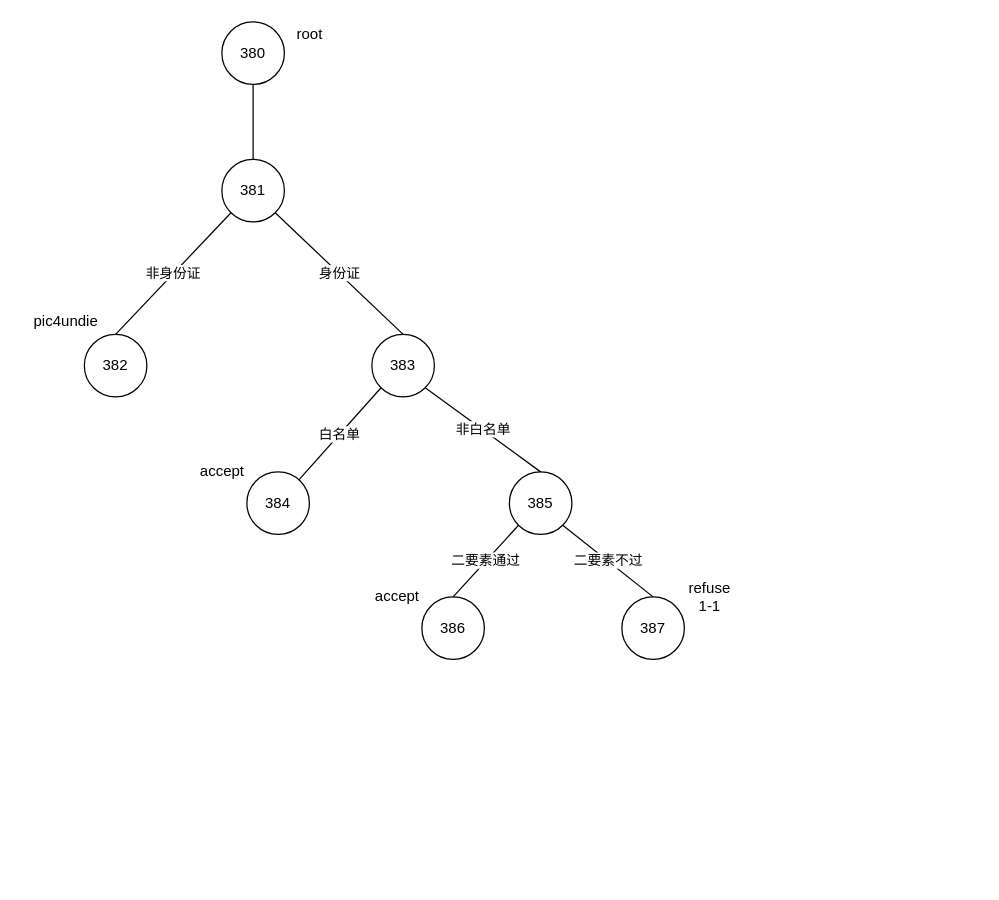
The draw.io diagram 受益人.drawio in North30/tupian, before the edit. Source tidied: cells renumbered, new cells numbered last; positions are measured from the earlier drawing's top-left corner, leaving out a move shared by most shapes. Both pictures are drawn from the tidied source at 125%, with x=0, y=0 at pixel (21, 21).
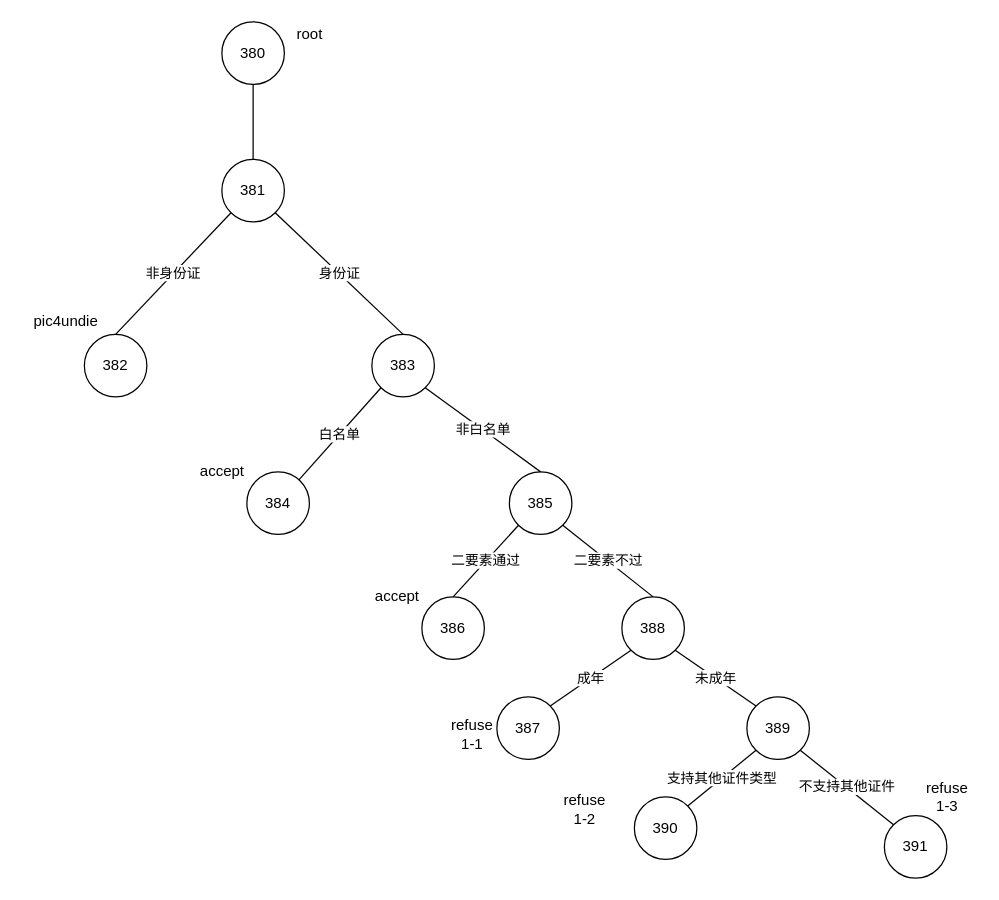
The same diagram, later.

Commit message:
更新受益人.drawio

What changed in the source:
```diff
@@
-    <mxCell id="16" value="387" style="ellipse;whiteSpace=wrap;html=1;" parent="1" vertex="1">
+    <mxCell id="16" value="388" style="ellipse;whiteSpace=wrap;html=1;" parent="1" vertex="1">
       <mxGeometry x="480" y="460" width="50" height="50" as="geometry" />
     </mxCell>
@@
+    <mxCell id="22" value="389" style="ellipse;whiteSpace=wrap;html=1;" parent="1" vertex="1">
+      <mxGeometry x="580" y="540" width="50" height="50" as="geometry" />
+    </mxCell>
+    <mxCell id="23" value="387" style="ellipse;whiteSpace=wrap;html=1;" parent="1" vertex="1">
+      <mxGeometry x="380" y="540" width="50" height="50" as="geometry" />
+    </mxCell>
+    <mxCell id="24" value="成年" style="endArrow=none;html=1;exitX=0;exitY=1;exitDx=0;exitDy=0;entryX=1;entryY=0;entryDx=0;entryDy=0;" parent="1" edge="1" source="16" target="23">
+      <mxGeometry relative="1" as="geometry" />
+    </mxCell>
+    <mxCell id="25" value="未成年" style="endArrow=none;html=1;entryX=1;entryY=1;entryDx=0;entryDy=0;exitX=0;exitY=0;exitDx=0;exitDy=0;" parent="1" edge="1" source="22" target="16">
+      <mxGeometry relative="1" as="geometry" />
+    </mxCell>
     <mxCell id="21" value="refuse&lt;br&gt;1-1" style="text;html=1;align=center;verticalAlign=middle;" parent="1" vertex="1">
-      <mxGeometry x="525" y="445" width="50" height="30" as="geometry" />
+      <mxGeometry x="335" y="555" width="50" height="30" as="geometry" />
     </mxCell>
+    <mxCell id="26" value="391" style="ellipse;whiteSpace=wrap;html=1;" parent="1" vertex="1">
+      <mxGeometry x="690" y="635" width="50" height="50" as="geometry" />
+    </mxCell>
+    <mxCell id="27" value="390" style="ellipse;whiteSpace=wrap;html=1;" parent="1" vertex="1">
+      <mxGeometry x="490" y="620" width="50" height="50" as="geometry" />
+    </mxCell>
+    <mxCell id="28" value="支持其他证件类型" style="endArrow=none;html=1;entryX=0;entryY=1;entryDx=0;entryDy=0;exitX=1;exitY=0;exitDx=0;exitDy=0;" parent="1" edge="1" source="27" target="22">
+      <mxGeometry relative="1" as="geometry" />
+    </mxCell>
+    <mxCell id="29" value="不支持其他证件" style="endArrow=none;html=1;entryX=1;entryY=1;entryDx=0;entryDy=0;exitX=0;exitY=0;exitDx=0;exitDy=0;" parent="1" edge="1" source="26" target="22">
+      <mxGeometry relative="1" as="geometry" />
+    </mxCell>
+    <mxCell id="30" value="refuse&lt;br&gt;1-2" style="text;html=1;align=center;verticalAlign=middle;" parent="1" vertex="1">
+      <mxGeometry x="425" y="615" width="50" height="30" as="geometry" />
+    </mxCell>
+    <mxCell id="31" value="refuse&lt;br&gt;1-3" style="text;html=1;align=center;verticalAlign=middle;" parent="1" vertex="1">
+      <mxGeometry x="715" y="605" width="50" height="30" as="geometry" />
+    </mxCell>
```
